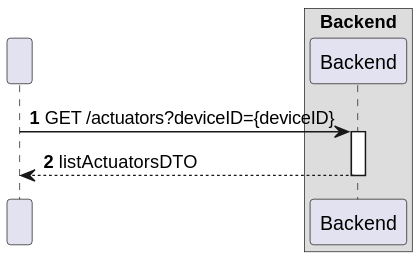
moutajDev/smarthome keeps this PlantUML diagram as docs/C4_4plus1_models/Level2/ProcessView/ProcessViewLevel2_UC15_v1.svg. Above is the earlier version.
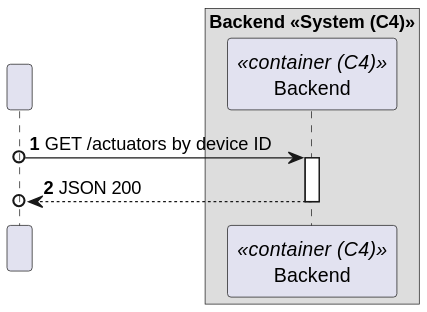
After the commit.

Change to the diagram source:
```diff
@@ -5,14 +5,14 @@
 
 participant " " as HTTP
 
-box "Backend"
-    participant "Backend" as BE
+box "Backend <<System (C4)>>"
+    participant "Backend" as BE<<container (C4)>>
 end box
 
-HTTP -> BE : GET /actuators?deviceID={deviceID}
+HTTP o-> BE : GET /actuators by device ID
 activate BE
 
 
-BE --> HTTP : listActuatorsDTO
+BE -->o HTTP : JSON 200
 deactivate BE
 @enduml
```
